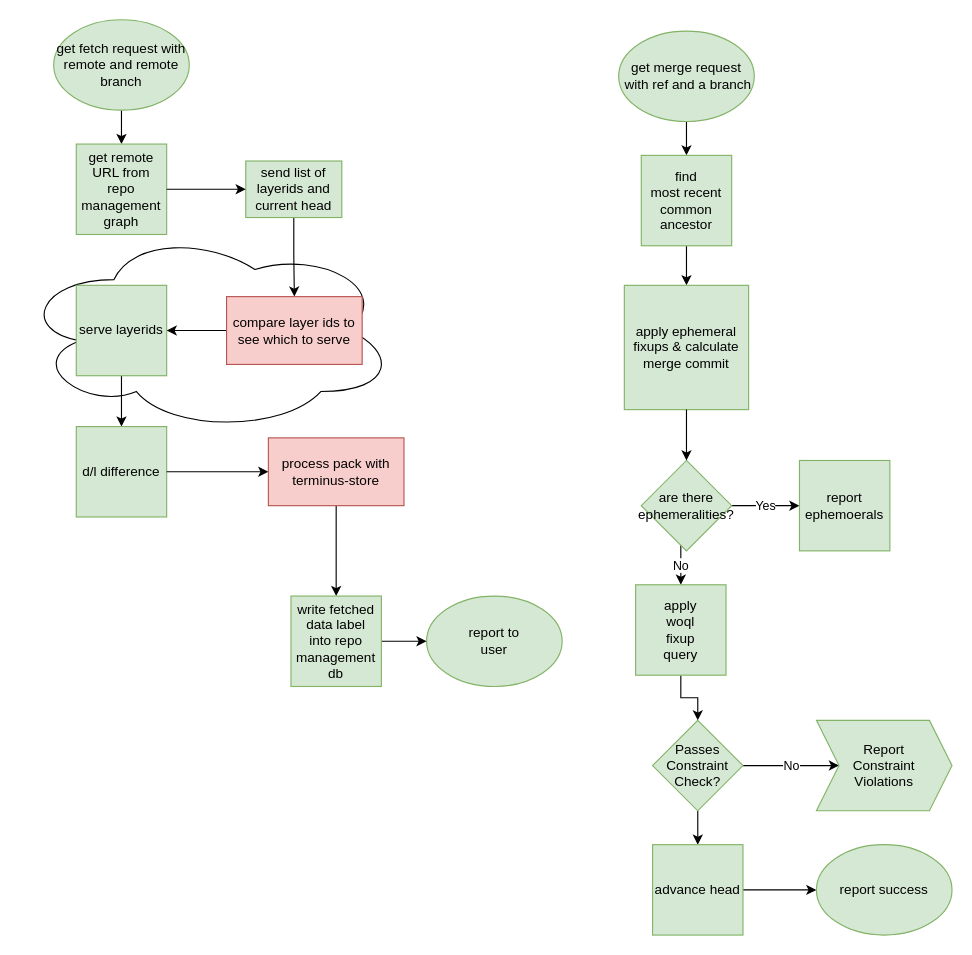
The draw.io diagram docs/architectural-diagrams/fetch.drawio in terminusdb/terminusdb, before the edit. Source tidied: cells renumbered, new cells numbered last; positions are measured from the earlier drawing's top-left corner, leaving out a move shared by most shapes. Both pictures are drawn from the tidied source at 113%, with x=0, y=0 at pixel (19, 19).
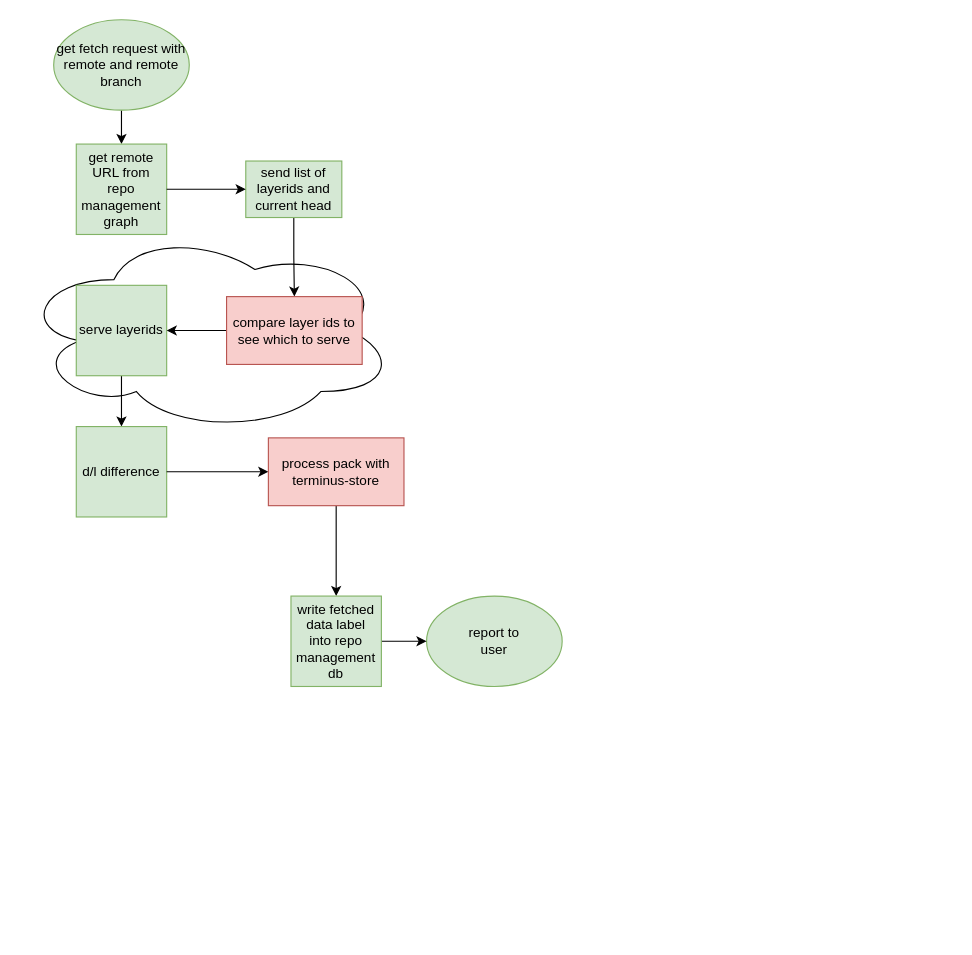
The same diagram, later.

Commit message:
Remove merge from fetch diagram

The edit, as a diff of the source:
```diff
@@
-    <mxCell id="5" style="edgeStyle=orthogonalEdgeStyle;rounded=0;jettySize=auto;html=1;" parent="1" edge="1" source="6" target="16">
-      <mxGeometry relative="1" as="geometry" />
-    </mxCell>
-    <mxCell id="6" value="&lt;div&gt;get merge request&lt;/div&gt;&amp;nbsp;with ref and a branch " style="ellipse;whiteSpace=wrap;html=1;fillColor=#d5e8d4;strokeColor=#82b366;" parent="1" vertex="1">
-      <mxGeometry x="530" y="10" width="120" height="80" as="geometry" />
-    </mxCell>
@@
-    <mxCell id="15" style="edgeStyle=orthogonalEdgeStyle;rounded=0;jettySize=auto;html=1;" parent="1" edge="1" source="16" target="17">
-      <mxGeometry relative="1" as="geometry" />
-    </mxCell>
-    <mxCell id="16" value="&lt;div&gt;find&lt;/div&gt;&lt;div&gt;most recent common ancestor&lt;/div&gt;" style="whiteSpace=wrap;html=1;fillColor=#d5e8d4;strokeColor=#82b366;" parent="1" vertex="1">
-      <mxGeometry x="550" y="120" width="80" height="80" as="geometry" />
-    </mxCell>
-    <mxCell id="17" value="apply ephemeral fixups &amp;amp; calculate merge commit" style="whiteSpace=wrap;html=1;fillColor=#d5e8d4;strokeColor=#82b366;" parent="1" vertex="1">
-      <mxGeometry x="535" y="235" width="110" height="110" as="geometry" />
-    </mxCell>
-    <mxCell id="18" value="Yes" style="edgeStyle=orthogonalEdgeStyle;rounded=0;jettySize=auto;html=1;" parent="1" edge="1" source="20" target="21">
-      <mxGeometry relative="1" as="geometry" />
-    </mxCell>
-    <mxCell id="19" value="No" style="edgeStyle=orthogonalEdgeStyle;rounded=0;jettySize=auto;html=1;entryX=0.5;entryY=0;entryDx=0;entryDy=0;" parent="1" edge="1" source="20" target="27">
-      <mxGeometry relative="1" as="geometry">
-        <Array as="points">
-          <mxPoint x="585" y="490" />
-          <mxPoint x="585" y="490" />
-        </Array>
-      </mxGeometry>
-    </mxCell>
-    <mxCell id="20" value="&lt;div&gt;are there&lt;/div&gt;&lt;div&gt;ephemeralities?&lt;br&gt;&lt;/div&gt;" style="rhombus;whiteSpace=wrap;html=1;fillColor=#d5e8d4;strokeColor=#82b366;" parent="1" vertex="1">
-      <mxGeometry x="550" y="390" width="80" height="80" as="geometry" />
-    </mxCell>
-    <mxCell id="21" value="report ephemoerals" style="whiteSpace=wrap;html=1;fillColor=#d5e8d4;strokeColor=#82b366;" parent="1" vertex="1">
-      <mxGeometry x="690" y="390" width="80" height="80" as="geometry" />
-    </mxCell>
-    <mxCell id="22" value="&lt;div&gt;No&lt;/div&gt;" style="edgeStyle=orthogonalEdgeStyle;rounded=0;jettySize=auto;html=1;entryX=0;entryY=0.5;entryDx=0;entryDy=0;" parent="1" edge="1" source="24" target="28">
-      <mxGeometry relative="1" as="geometry" />
-    </mxCell>
-    <mxCell id="23" style="edgeStyle=orthogonalEdgeStyle;rounded=0;jettySize=auto;html=1;" parent="1" edge="1" source="24" target="30">
-      <mxGeometry relative="1" as="geometry" />
-    </mxCell>
-    <mxCell id="24" value="&lt;div&gt;Passes&lt;/div&gt;&lt;div&gt;Constraint&lt;/div&gt;&lt;div&gt;Check?&lt;br&gt;&lt;/div&gt;" style="rhombus;whiteSpace=wrap;html=1;fillColor=#d5e8d4;strokeColor=#82b366;" parent="1" vertex="1">
-      <mxGeometry x="560" y="620" width="80" height="80" as="geometry" />
-    </mxCell>
-    <mxCell id="25" style="edgeStyle=orthogonalEdgeStyle;rounded=0;jettySize=auto;html=1;" parent="1" edge="1" source="17" target="20">
-      <mxGeometry relative="1" as="geometry" />
-    </mxCell>
-    <mxCell id="26" style="edgeStyle=orthogonalEdgeStyle;rounded=0;jettySize=auto;html=1;" parent="1" edge="1" source="27" target="24">
-      <mxGeometry relative="1" as="geometry" />
-    </mxCell>
-    <mxCell id="27" value="&lt;div&gt;apply&lt;/div&gt;&lt;div&gt;woql&lt;/div&gt;&lt;div&gt;fixup&lt;/div&gt;&lt;div&gt;query&lt;br&gt;&lt;/div&gt;" style="whiteSpace=wrap;html=1;fillColor=#d5e8d4;strokeColor=#82b366;" parent="1" vertex="1">
-      <mxGeometry x="545" y="500" width="80" height="80" as="geometry" />
-    </mxCell>
-    <mxCell id="28" value="&lt;div&gt;Report&lt;/div&gt;&lt;div&gt;Constraint&lt;/div&gt;&lt;div&gt;Violations&lt;br&gt;&lt;/div&gt;" style="shape=step;perimeter=stepPerimeter;whiteSpace=wrap;html=1;fixedSize=1;fillColor=#d5e8d4;strokeColor=#82b366;" parent="1" vertex="1">
-      <mxGeometry x="705" y="620" width="120" height="80" as="geometry" />
-    </mxCell>
-    <mxCell id="29" style="edgeStyle=orthogonalEdgeStyle;rounded=0;jettySize=auto;html=1;" parent="1" edge="1" source="30" target="31">
-      <mxGeometry relative="1" as="geometry" />
-    </mxCell>
-    <mxCell id="30" value="advance head" style="whiteSpace=wrap;html=1;fillColor=#d5e8d4;strokeColor=#82b366;" parent="1" vertex="1">
-      <mxGeometry x="560" y="730" width="80" height="80" as="geometry" />
-    </mxCell>
-    <mxCell id="31" value="report success" style="ellipse;whiteSpace=wrap;html=1;fillColor=#d5e8d4;strokeColor=#82b366;" parent="1" vertex="1">
-      <mxGeometry x="705" y="730" width="120" height="80" as="geometry" />
-    </mxCell>
```
